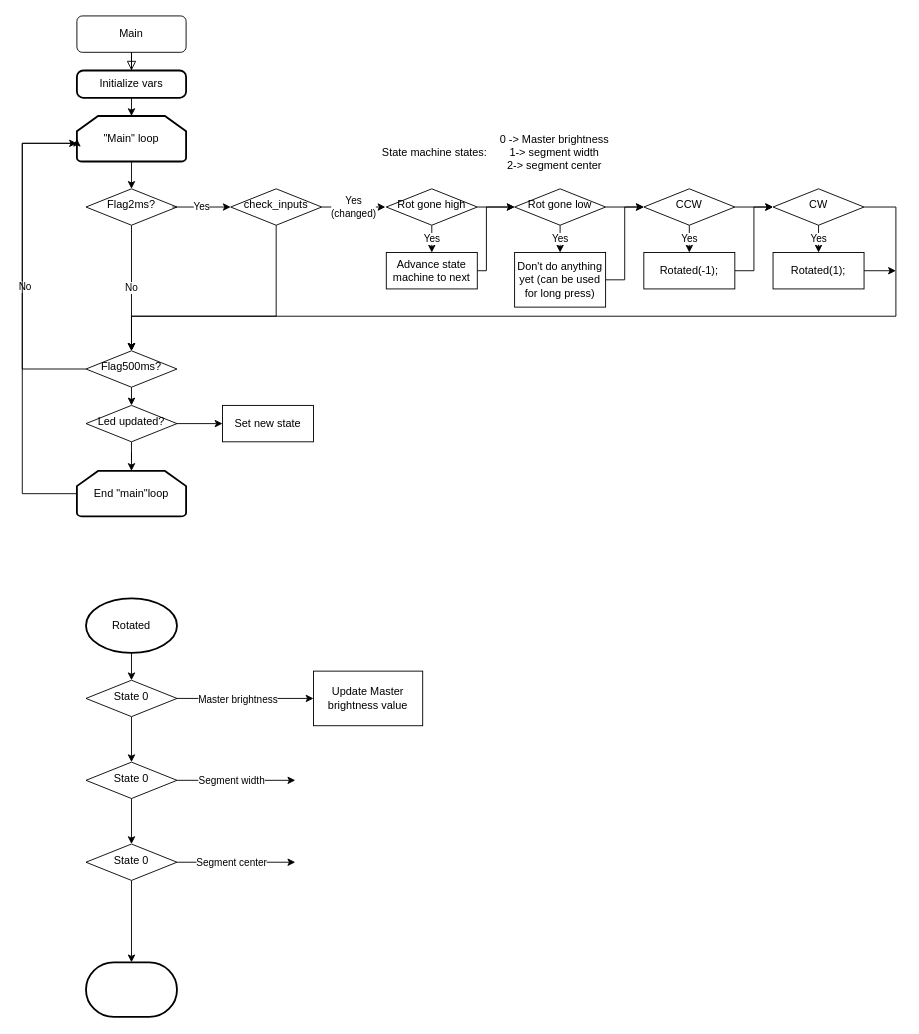
Earlier version of the draw.io diagram FW/Led ring flowchart.drawio (dietervansteenwegen/LedRingStereoscoop). Source tidied: cells renumbered, new cells numbered last; positions are measured from the earlier drawing's top-left corner, leaving out a move shared by most shapes. Both pictures are drawn from the tidied source at 91%, with x=0, y=0 at pixel (22, 15).
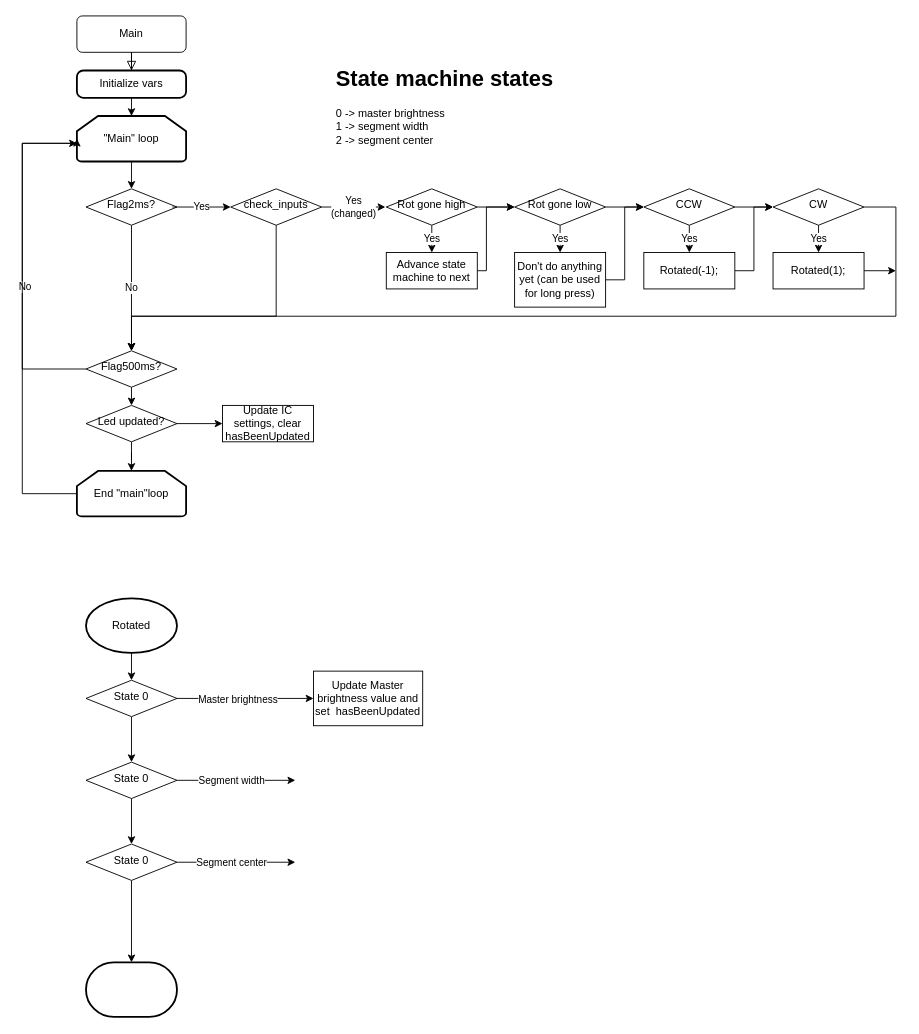
Above is the later version.

Commit message (it also covers changes not shown here):
v0.1. Working leds (master brightness, segment width and center)

Diff of the diagram source:
```diff
@@
-    <mxCell id="39" value="Set new state" style="rounded=0;whiteSpace=wrap;html=1;" parent="1" vertex="1">
+    <mxCell id="39" value="Update IC settings, clear hasBeenUpdated" style="rounded=0;whiteSpace=wrap;html=1;" parent="1" vertex="1">
       <mxGeometry x="220" y="428" width="100" height="40" as="geometry" />
     </mxCell>
@@
-    <mxCell id="43" value="0 -&amp;gt; Master brightness&lt;br&gt;1-&amp;gt; segment width&lt;br&gt;2-&amp;gt; segment center" style="text;html=1;strokeColor=none;fillColor=none;align=center;verticalAlign=middle;whiteSpace=wrap;rounded=0;" parent="1" vertex="1">
-      <mxGeometry x="520" y="140" width="130" height="20" as="geometry" />
-    </mxCell>
-    <mxCell id="44" value="State machine states:&amp;nbsp;" style="text;html=1;strokeColor=none;fillColor=none;align=center;verticalAlign=middle;whiteSpace=wrap;rounded=0;" parent="1" vertex="1">
-      <mxGeometry x="390" y="140" width="130" height="20" as="geometry" />
-    </mxCell>
@@
-    <mxCell id="62" value="Update Master brightness value" style="rounded=0;whiteSpace=wrap;html=1;" parent="1" vertex="1">
+    <mxCell id="62" value="Update Master brightness value and set&amp;nbsp;&amp;nbsp;hasBeenUpdated" style="rounded=0;whiteSpace=wrap;html=1;" parent="1" vertex="1">
       <mxGeometry x="320" y="720" width="120" height="60" as="geometry" />
     </mxCell>
+    <mxCell id="63" value="&lt;h1&gt;State machine states&lt;/h1&gt;&lt;div&gt;0 -&amp;gt; master brightness&lt;/div&gt;&lt;div&gt;1 -&amp;gt; segment width&lt;/div&gt;&lt;div&gt;2 -&amp;gt; segment center&lt;/div&gt;" style="text;html=1;strokeColor=none;fillColor=none;spacing=5;spacingTop=-20;whiteSpace=wrap;overflow=hidden;rounded=0;" parent="1" vertex="1">
+      <mxGeometry x="340" y="50" width="250" height="120" as="geometry" />
+    </mxCell>
```
